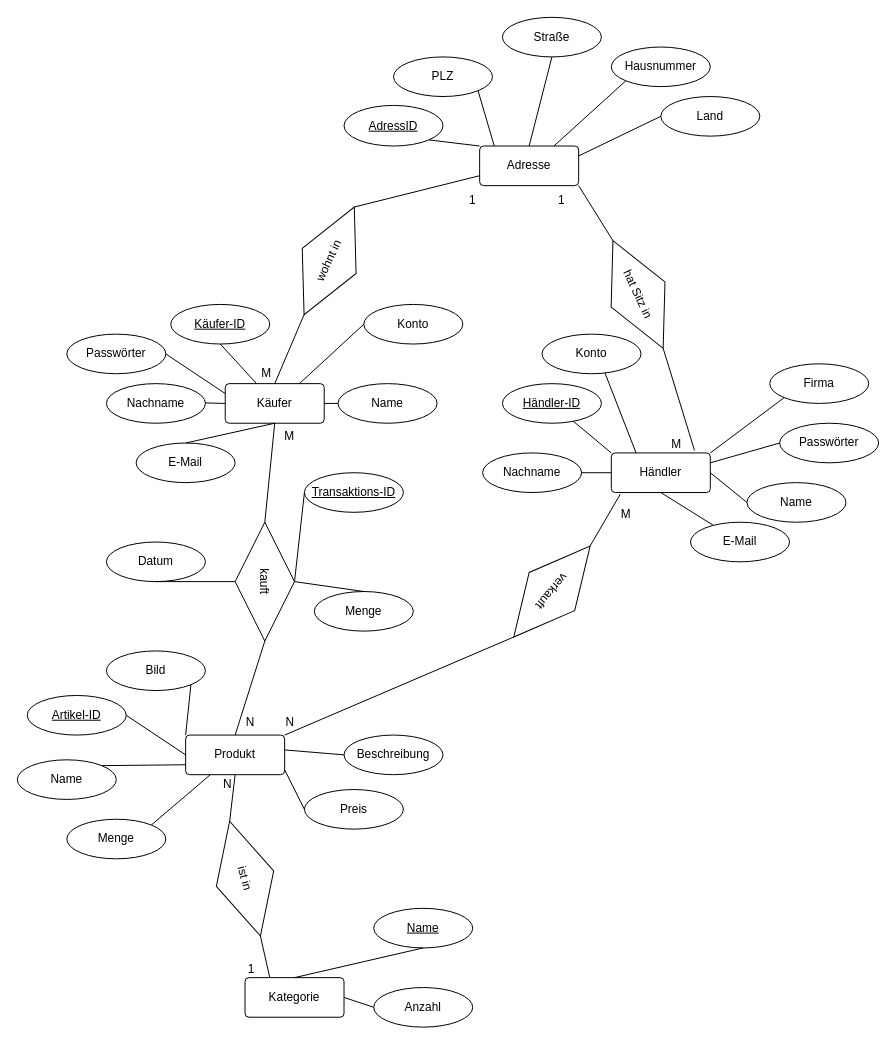
Before: Organisatorisches/Raw_ER-Marktplatz .drawio in DrySlime/WebAplikation, a draw.io diagram. Source tidied: cells renumbered, new cells numbered last; positions are measured from the earlier drawing's top-left corner, leaving out a move shared by most shapes. Both pictures are drawn from the tidied source at 99%, with x=0, y=0 at pixel (17, 17).
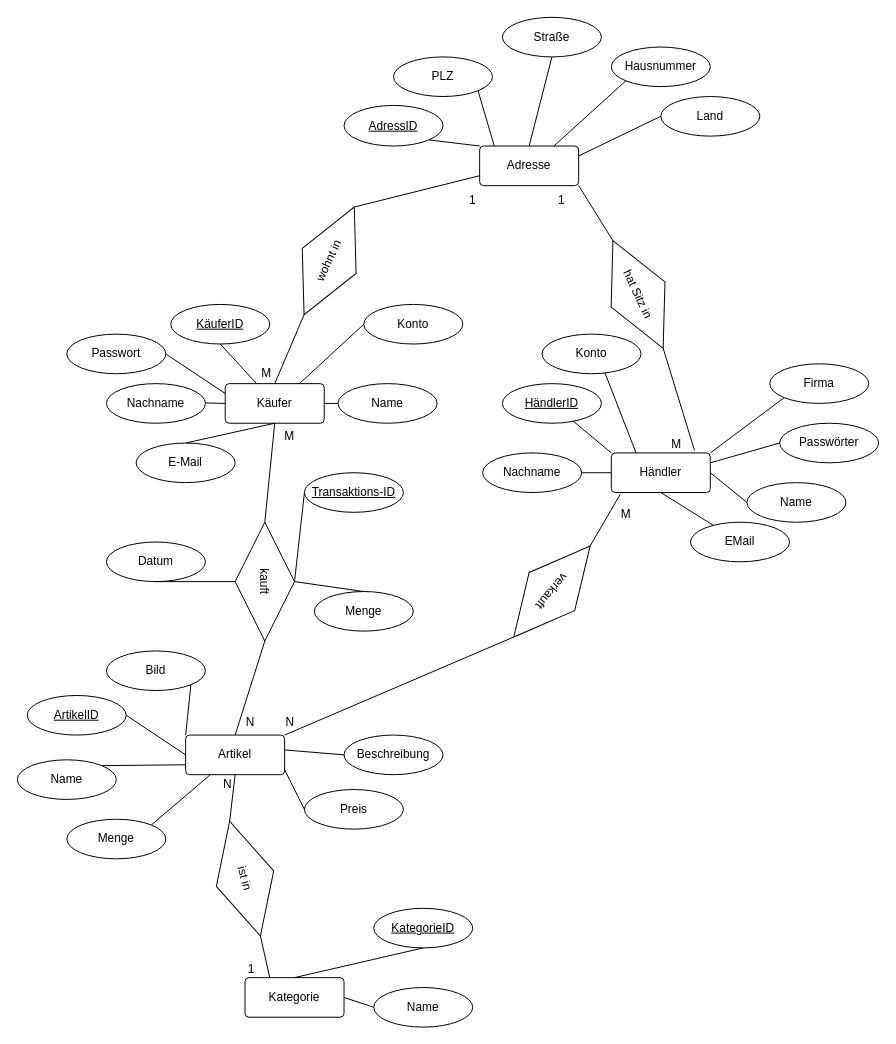
Above is the later version.

Change to the diagram source:
```diff
@@
-    <mxCell id="4" value="Produkt" style="rounded=1;arcSize=10;whiteSpace=wrap;html=1;align=center;" parent="1" vertex="1">
+    <mxCell id="4" value="Artikel" style="rounded=1;arcSize=10;whiteSpace=wrap;html=1;align=center;" parent="1" vertex="1">
       <mxGeometry x="170" y="725" width="100" height="40" as="geometry" />
     </mxCell>
@@
-    <mxCell id="7" value="Käufer-ID" style="ellipse;whiteSpace=wrap;html=1;align=center;fontStyle=4;" parent="1" vertex="1">
+    <mxCell id="7" value="KäuferID" style="ellipse;whiteSpace=wrap;html=1;align=center;fontStyle=4;" parent="1" vertex="1">
       <mxGeometry x="155" y="290" width="100" height="40" as="geometry" />
     </mxCell>
-    <mxCell id="8" value="E-Mail" style="ellipse;whiteSpace=wrap;html=1;align=center;" parent="1" vertex="1">
+    <mxCell id="8" value="EMail" style="ellipse;whiteSpace=wrap;html=1;align=center;" parent="1" vertex="1">
       <mxGeometry x="680" y="510" width="100" height="40" as="geometry" />
     </mxCell>
@@
-    <mxCell id="19" value="Händler-ID" style="ellipse;whiteSpace=wrap;html=1;align=center;fontStyle=4;" parent="1" vertex="1">
+    <mxCell id="19" value="HändlerID" style="ellipse;whiteSpace=wrap;html=1;align=center;fontStyle=4;" parent="1" vertex="1">
       <mxGeometry x="490" y="370" width="100" height="40" as="geometry" />
     </mxCell>
@@
-    <mxCell id="26" value="Name" style="ellipse;whiteSpace=wrap;html=1;align=center;fontStyle=4;" parent="1" vertex="1">
+    <mxCell id="26" value="KategorieID" style="ellipse;whiteSpace=wrap;html=1;align=center;fontStyle=4;" parent="1" vertex="1">
       <mxGeometry x="360" y="900" width="100" height="40" as="geometry" />
     </mxCell>
-    <mxCell id="27" value="Anzahl" style="ellipse;whiteSpace=wrap;html=1;align=center;" parent="1" vertex="1">
+    <mxCell id="27" value="Name" style="ellipse;whiteSpace=wrap;html=1;align=center;" parent="1" vertex="1">
       <mxGeometry x="360" y="980" width="100" height="40" as="geometry" />
     </mxCell>
@@
-    <mxCell id="35" value="Artikel-ID" style="ellipse;whiteSpace=wrap;html=1;align=center;fontStyle=4;" parent="1" vertex="1">
+    <mxCell id="35" value="ArtikelID" style="ellipse;whiteSpace=wrap;html=1;align=center;fontStyle=4;" parent="1" vertex="1">
       <mxGeometry x="10" y="685" width="100" height="40" as="geometry" />
     </mxCell>
@@
-    <mxCell id="61" value="Passwörter" style="ellipse;whiteSpace=wrap;html=1;align=center;" parent="1" vertex="1">
+    <mxCell id="61" value="Passwort" style="ellipse;whiteSpace=wrap;html=1;align=center;" parent="1" vertex="1">
       <mxGeometry x="50" y="320" width="100" height="40" as="geometry" />
     </mxCell>
```
